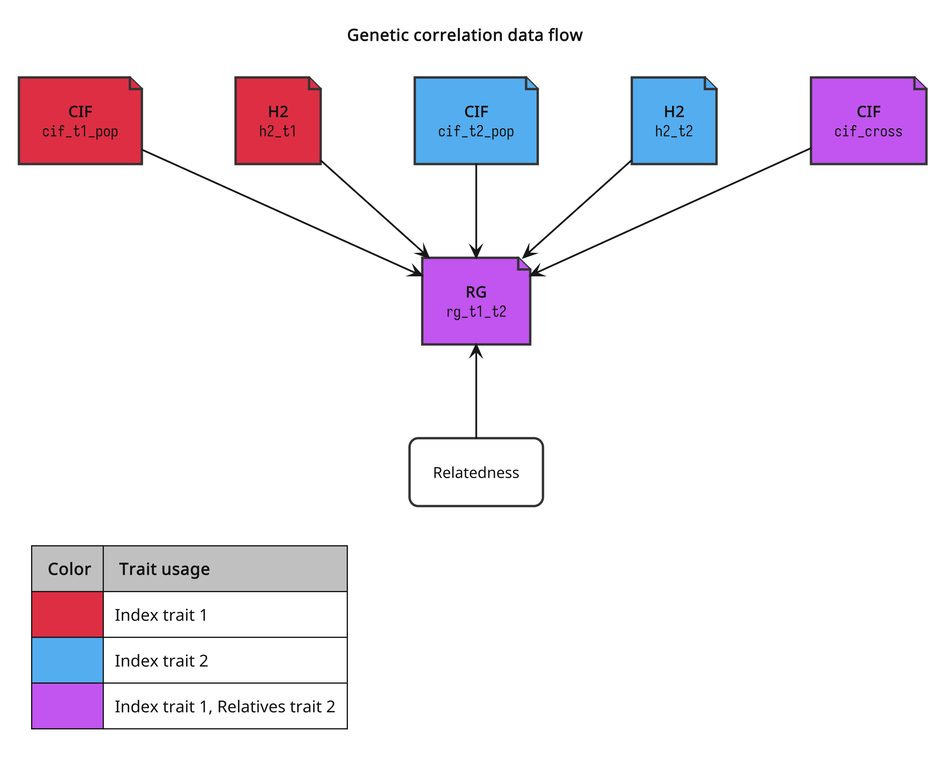
The PlantUML diagram guides/diagrams/rg-data-flow.png in BioPsyk/epimight, before a commit.
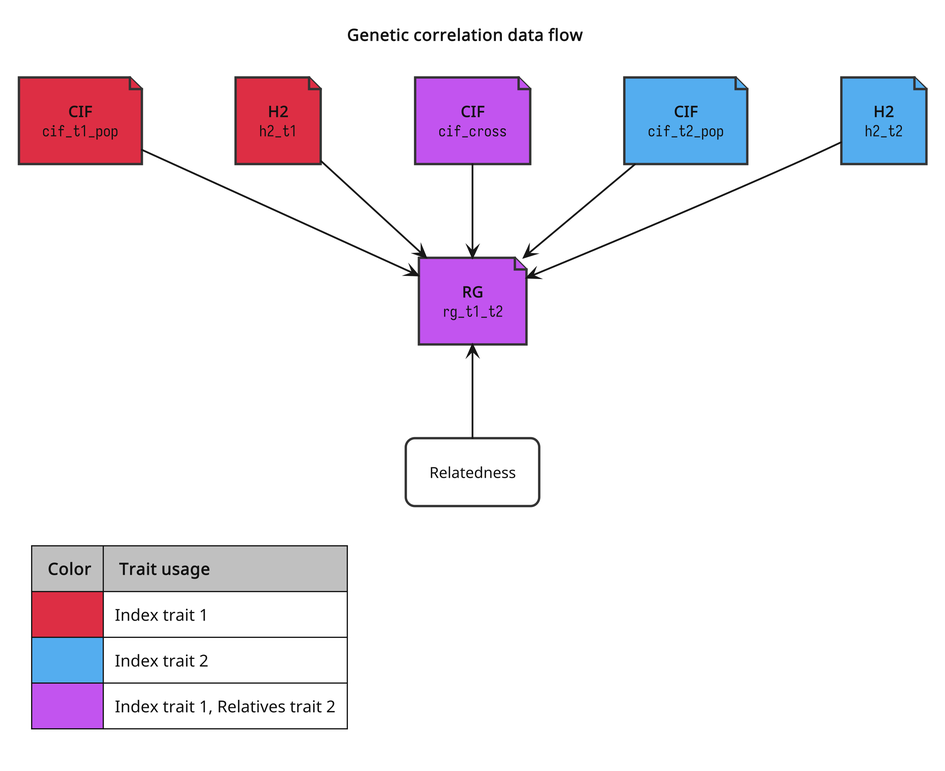
The same diagram one commit later.

Commit message:
Adds cross in the middle

The edit, as a diff of the source:
```diff
@@ -43,12 +43,9 @@
 
 file "**CIF**\n""cif_t1_pop""" as cif_t1_pop #dd2e44
 file "**H2**\n""h2_t1""" as h2_t1 #dd2e44
-
+file "**CIF**\n""cif_cross""" as cif_cross #c254ef
 file "**CIF**\n""cif_t2_pop""" as cif_t2_pop #54adef
 file "**H2**\n""h2_t2""" as h2_t2 #54adef
-
-file "**CIF**\n""cif_cross""" as cif_cross #c254ef
-
 file "**RG**\n""rg_t1_t2""" as rg #c254ef
 
 rectangle "Relatedness" as t3_rel
```
